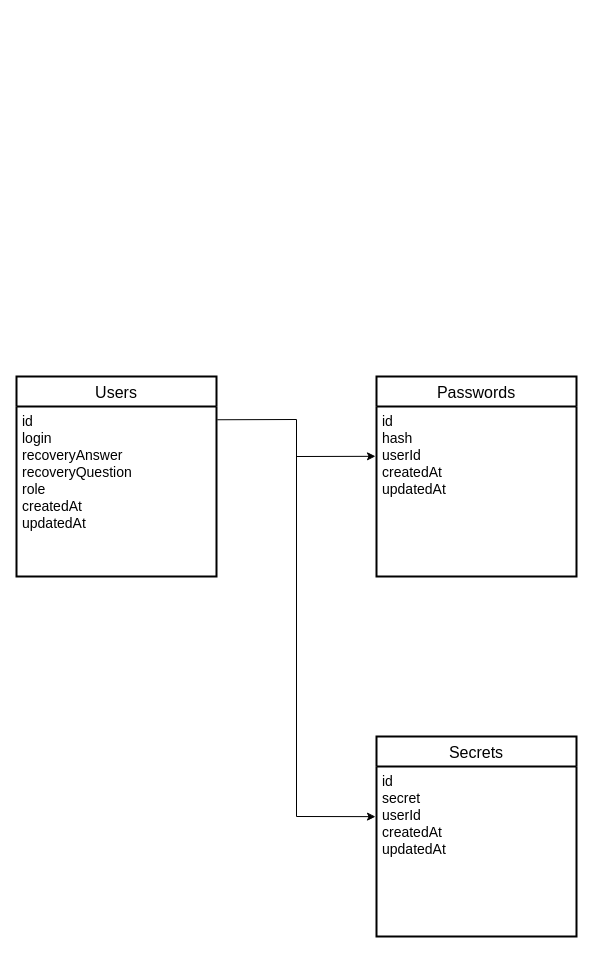
Earlier version of the draw.io diagram relay.drawio (relay-project/relay-backend). Source tidied: cells renumbered, new cells numbered last; positions are measured from the earlier drawing's top-left corner, leaving out a move shared by most shapes. Both pictures are drawn from the tidied source at 100%, with x=0, y=0 at pixel (16, 376).
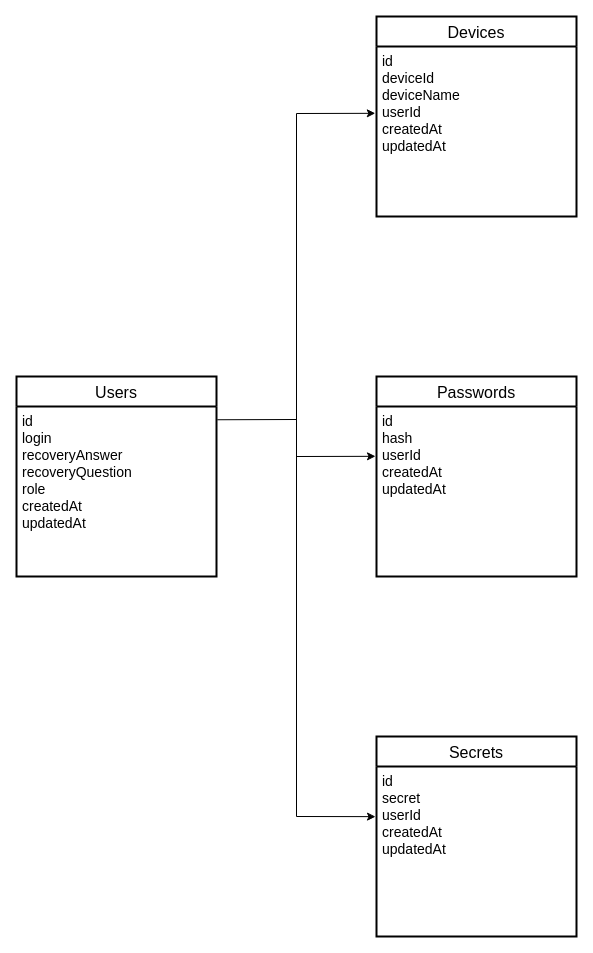
After the change.

What changed in the source:
```diff
@@
 <mxGraphModel>
   <root>
     <mxCell id="0" />
     <mxCell id="1" parent="0" />
     <mxCell id="2" value="Users" style="swimlane;horizontal=1;startSize=30;rounded=1;fontSize=16;fontStyle=0;strokeWidth=2;shadow=0;dashed=0;align=center;arcSize=0;" parent="1" vertex="1">
       <mxGeometry width="200" height="200" as="geometry" />
     </mxCell>
     <mxCell id="3" value="id&#10;login&#10;recoveryAnswer&#10;recoveryQuestion&#10;role&#10;createdAt&#10;updatedAt" style="align=left;strokeColor=none;fillColor=none;spacingLeft=4;fontSize=14;verticalAlign=top;" parent="2" vertex="1">
       <mxGeometry y="30" width="200" height="170" as="geometry" />
     </mxCell>
     <mxCell id="4" value="Passwords" style="swimlane;horizontal=1;startSize=30;rounded=1;fontSize=16;fontStyle=0;strokeWidth=2;shadow=0;dashed=0;align=center;arcSize=0;" parent="1" vertex="1">
       <mxGeometry x="360" width="200" height="200" as="geometry" />
     </mxCell>
     <mxCell id="5" value="id&#10;hash&#10;userId&#10;createdAt&#10;updatedAt" style="align=left;strokeColor=none;fillColor=none;spacingLeft=4;fontSize=14;verticalAlign=top;" parent="4" vertex="1">
       <mxGeometry y="30" width="200" height="170" as="geometry" />
     </mxCell>
     <mxCell id="6" style="endArrow=classic;html=1;rounded=0;fontSize=14;exitX=1.004;exitY=0.078;exitDx=0;exitDy=0;exitPerimeter=0;entryX=-0.005;entryY=0.293;entryDx=0;entryDy=0;entryPerimeter=0;" parent="1" edge="1" source="3" target="5">
       <mxGeometry relative="1" as="geometry">
         <Array as="points">
           <mxPoint x="280" y="43" />
           <mxPoint x="280" y="80" />
         </Array>
       </mxGeometry>
     </mxCell>
     <mxCell id="7" value="Secrets" style="swimlane;horizontal=1;startSize=30;rounded=1;fontSize=16;fontStyle=0;strokeWidth=2;shadow=0;dashed=0;align=center;arcSize=0;" parent="1" vertex="1">
       <mxGeometry x="360" y="360" width="200" height="200" as="geometry" />
     </mxCell>
     <mxCell id="8" value="id&#10;secret&#10;userId&#10;createdAt&#10;updatedAt" style="align=left;strokeColor=none;fillColor=none;spacingLeft=4;fontSize=14;verticalAlign=top;" parent="7" vertex="1">
       <mxGeometry y="30" width="200" height="170" as="geometry" />
     </mxCell>
     <mxCell id="9" style="endArrow=classic;html=1;rounded=0;entryX=-0.005;entryY=0.295;entryDx=0;entryDy=0;entryPerimeter=0;" parent="1" edge="1" target="8">
       <mxGeometry relative="1" as="geometry">
         <mxPoint x="280" y="70" as="sourcePoint" />
         <Array as="points">
           <mxPoint x="280" y="440" />
         </Array>
       </mxGeometry>
     </mxCell>
+    <mxCell id="10" value="Devices" style="swimlane;horizontal=1;startSize=30;rounded=1;fontSize=16;fontStyle=0;strokeWidth=2;shadow=0;dashed=0;align=center;arcSize=0;" parent="1" vertex="1">
+      <mxGeometry x="360" y="-360" width="200" height="200" as="geometry" />
+    </mxCell>
+    <mxCell id="11" value="id&#10;deviceId&#10;deviceName&#10;userId&#10;createdAt&#10;updatedAt" style="align=left;strokeColor=none;fillColor=none;spacingLeft=4;fontSize=14;verticalAlign=top;" parent="10" vertex="1">
+      <mxGeometry y="30" width="200" height="170" as="geometry" />
+    </mxCell>
+    <mxCell id="12" style="endArrow=classic;html=1;rounded=0;entryX=-0.006;entryY=0.393;entryDx=0;entryDy=0;entryPerimeter=0;" parent="1" edge="1" target="11">
+      <mxGeometry relative="1" as="geometry">
+        <mxPoint x="280" y="50" as="sourcePoint" />
+        <Array as="points">
+          <mxPoint x="280" y="-263" />
+        </Array>
+      </mxGeometry>
+    </mxCell>
   </root>
 </mxGraphModel>
```
